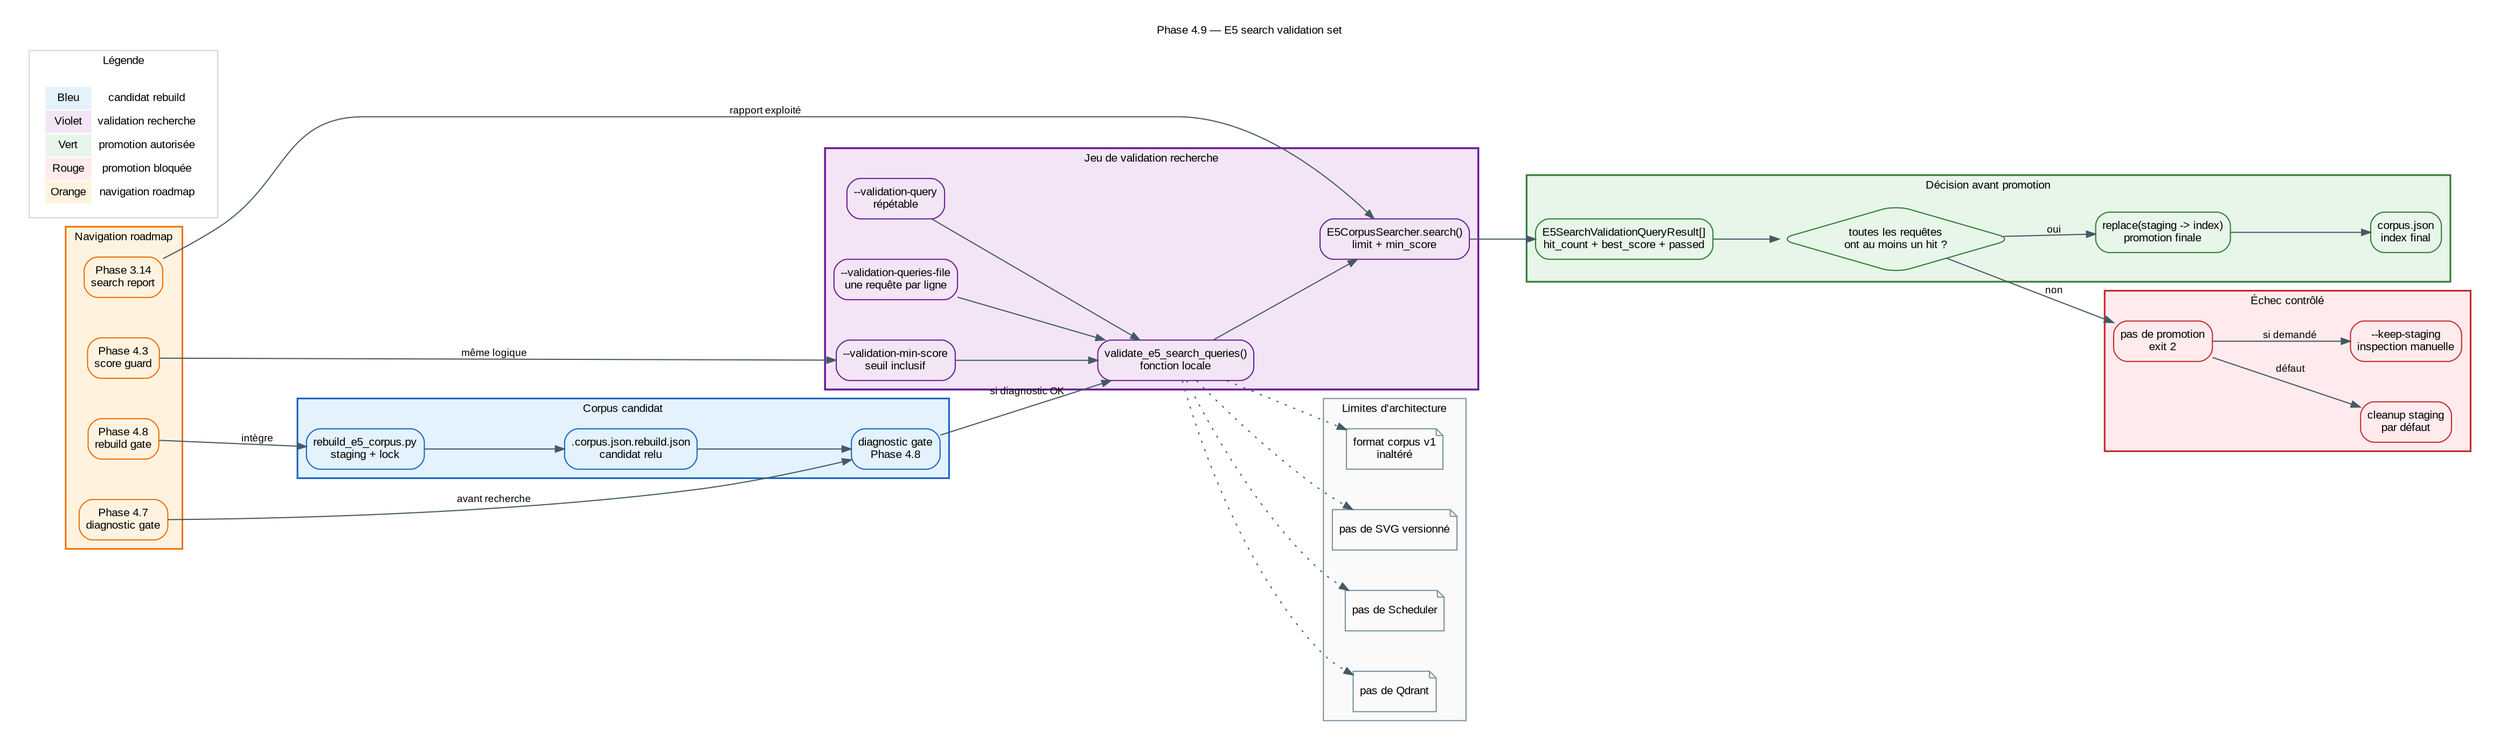
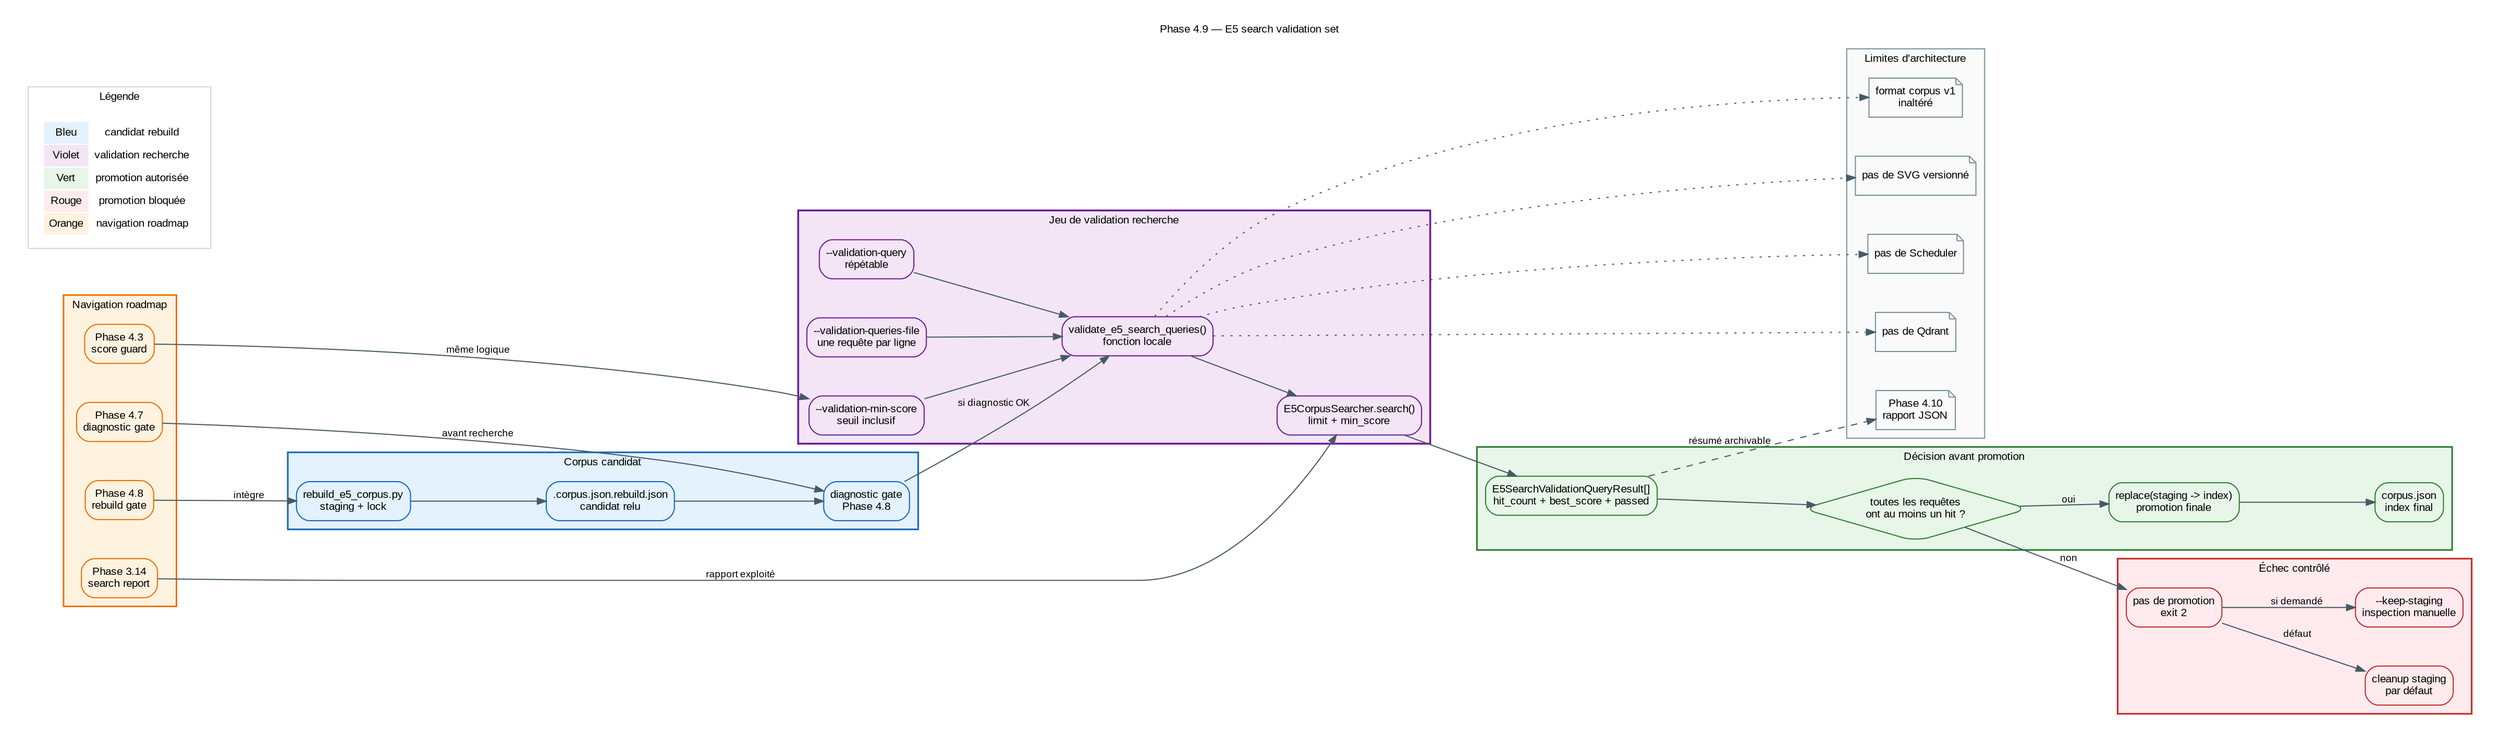
digraph E5SearchValidationSet {
  // ROADMAP_ID: inference.e5_search_validation_set
  // ROADMAP_PARENT: inference/62_e5_rebuild_diagnostic_gate.dot
  // ROADMAP_NOTE[phase4_9]:
  // Valide plusieurs intentions de recherche sur le candidat staging avant promotion.

  rankdir=LR;
  graph [
    fontname="Arial",
    fontsize=10,
    labelloc="t",
    label="Phase 4.9 — E5 search validation set",
    bgcolor="white",
    pad=0.25,
    nodesep=0.5,
    ranksep=0.8
  ];
  node [shape=box, style="filled,rounded", fontname="Arial", fontsize=10, margin="0.09,0.06"];
  edge [fontname="Arial", fontsize=9, color="#455a64", arrowsize=0.8];

  subgraph cluster_candidate {
    label="Corpus candidat";
    color="#1565c0";
    bgcolor="#e3f2fd";
    penwidth=1.5;
    node [fillcolor="#e3f2fd", color="#1565c0"];
    Rebuild [label="rebuild_e5_corpus.py\nstaging + lock", URL="56_e5_safe_rebuild.svg"];
    Staging [label=".corpus.json.rebuild.json\ncandidat relu"];
    DiagnosticGate [label="diagnostic gate\nPhase 4.8", URL="62_e5_rebuild_diagnostic_gate.svg"];
  }

  subgraph cluster_validation {
    label="Jeu de validation recherche";
    color="#6a1b9a";
    bgcolor="#f3e5f5";
    penwidth=1.7;
    node [fillcolor="#f3e5f5", color="#6a1b9a"];
    QueryCli [label="--validation-query\nrépétable"];
    QueryFile [label="--validation-queries-file\nune requête par ligne"];
    MinScore [label="--validation-min-score\nseuil inclusif"];
    Validator [label="validate_e5_search_queries()\nfonction locale"];
    Searcher [label="E5CorpusSearcher.search()\nlimit + min_score", URL="57_e5_score_guard.svg"];
  }

  subgraph cluster_result {
    label="Décision avant promotion";
    color="#2e7d32";
    bgcolor="#e8f5e9";
    penwidth=1.5;
    node [fillcolor="#e8f5e9", color="#2e7d32"];
    Results [label="E5SearchValidationQueryResult[]\nhit_count + best_score + passed"];
    Passed [shape=diamond, label="toutes les requêtes\nont au moins un hit ?"];
    Promote [label="replace(staging -> index)\npromotion finale"];
    Final [label="corpus.json\nindex final"];
  }

  subgraph cluster_failure {
    label="Échec contrôlé";
    color="#c62828";
    bgcolor="#ffebee";
    penwidth=1.5;
    node [fillcolor="#ffebee", color="#c62828"];
    Block [label="pas de promotion\nexit 2"];
    Cleanup [label="cleanup staging\npar défaut"];
    Keep [label="--keep-staging\ninspection manuelle"];
  }

  subgraph cluster_scope {
    label="Limites d'architecture";
    color="#78909c";
    bgcolor="#fafafa";
    penwidth=1.0;
    node [shape=note, style="filled", fillcolor="#fafafa", color="#78909c"];
    NoScheduler [label="pas de Scheduler"];
    NoQdrant [label="pas de Qdrant"];
    NoFormatChange [label="format corpus v1\ninaltéré"];
    NoSvg [label="pas de SVG versionné"];
+     ReportFile [label="Phase 4.10\nrapport JSON", URL="64_e5_rebuild_report_file.svg"];
  }

  subgraph cluster_navigation {
    label="Navigation roadmap";
    color="#ef6c00";
    bgcolor="#fff3e0";
    penwidth=1.4;
    node [fillcolor="#fff3e0", color="#ef6c00"];
    SearchReport [label="Phase 3.14\nsearch report", URL="52_e5_search_report.svg"];
    ScoreGuard [label="Phase 4.3\nscore guard", URL="57_e5_score_guard.svg"];
    InspectGate [label="Phase 4.7\ndiagnostic gate", URL="61_e5_corpus_diagnostic_gate.svg"];
    RebuildGate [label="Phase 4.8\nrebuild gate", URL="62_e5_rebuild_diagnostic_gate.svg"];
  }

  Rebuild -> Staging;
  Staging -> DiagnosticGate;
  DiagnosticGate -> Validator [label="si diagnostic OK"];
  QueryCli -> Validator;
  QueryFile -> Validator;
  MinScore -> Validator;
  Validator -> Searcher;
  Searcher -> Results;
  Results -> Passed;
  Passed -> Promote [label="oui"];
  Promote -> Final;
  Passed -> Block [label="non"];
  Block -> Cleanup [label="défaut"];
  Block -> Keep [label="si demandé"];

  Validator -> NoScheduler [style=dotted];
  Validator -> NoQdrant [style=dotted];
  Validator -> NoFormatChange [style=dotted];
  Validator -> NoSvg [style=dotted];

  SearchReport -> Searcher [label="rapport exploité"];
  ScoreGuard -> MinScore [label="même logique"];
  InspectGate -> DiagnosticGate [label="avant recherche"];
  RebuildGate -> Rebuild [label="intègre"];
+   Results -> ReportFile [style=dashed, label="résumé archivable"];

  subgraph cluster_legend {
    label="Légende";
    color="#cfd8dc";
    bgcolor="#ffffff";
    penwidth=1.0;
    node [shape=plaintext, fillcolor="#ffffff", color="#ffffff"];
    Legend [label=<
      <TABLE BORDER="0" CELLBORDER="1" CELLSPACING="0" CELLPADDING="4">
        <TR><TD BGCOLOR="#e3f2fd">Bleu</TD><TD>candidat rebuild</TD></TR>
        <TR><TD BGCOLOR="#f3e5f5">Violet</TD><TD>validation recherche</TD></TR>
        <TR><TD BGCOLOR="#e8f5e9">Vert</TD><TD>promotion autorisée</TD></TR>
        <TR><TD BGCOLOR="#ffebee">Rouge</TD><TD>promotion bloquée</TD></TR>
        <TR><TD BGCOLOR="#fff3e0">Orange</TD><TD>navigation roadmap</TD></TR>
      </TABLE>
    >];
  }

  // HTML_DETAIL[phase4_9]:
  // title: Search validation set
  // summary: Plusieurs requêtes valident la qualité minimale du candidat avant promotion.
  // technical: validate_e5_search_queries() réutilise E5CorpusSearcher.search(limit, min_score) sans modifier le format corpus v1.
  // ui_hint: Afficher chaque requête avec hit_count, best_score et état passed/failed dans une future vue HTML.
+   // next: Phase 4.10 écrit ce résumé dans un rapport JSON optionnel.
}
